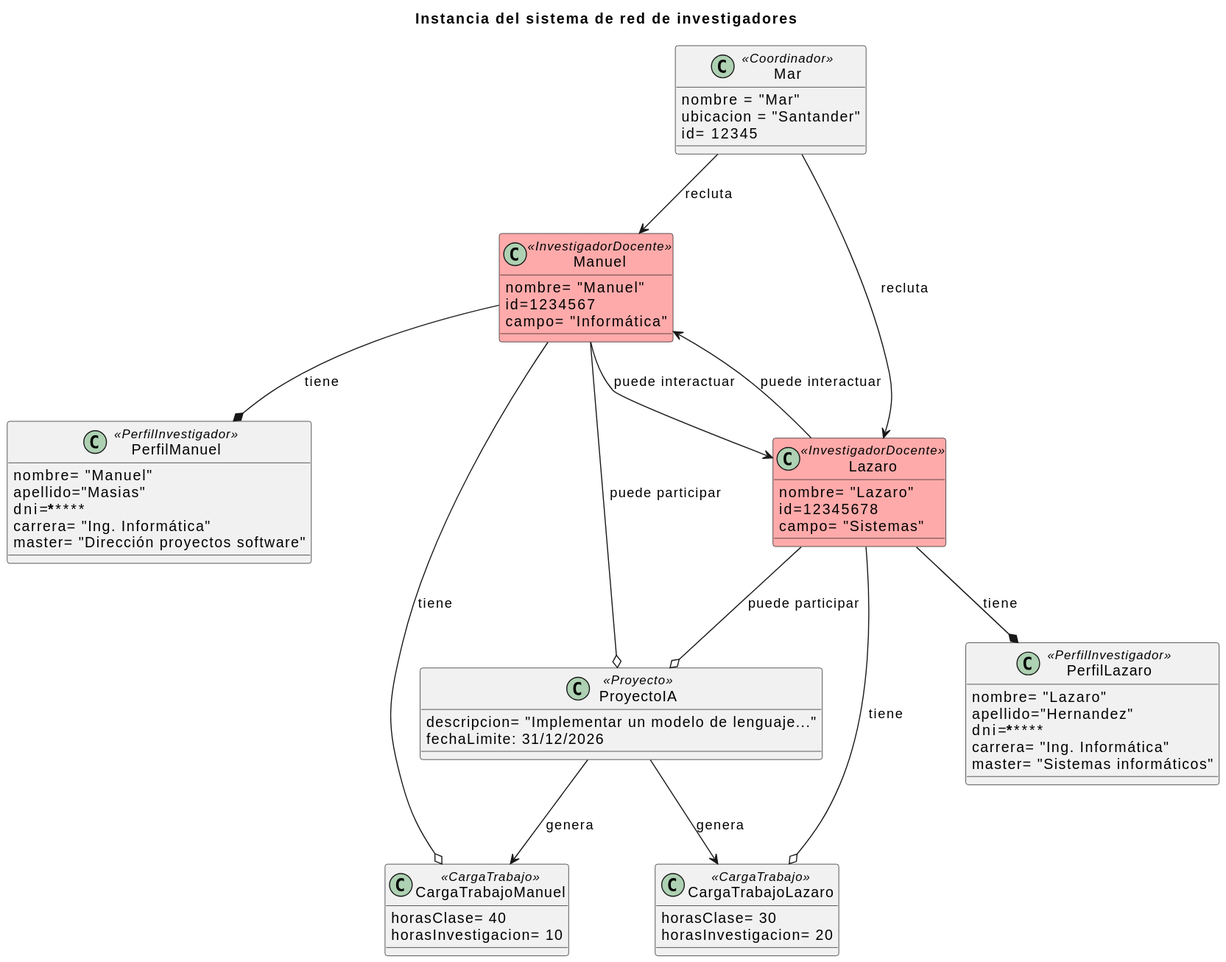
The PlantUML diagram documentación/ModeloDelDominio/Imagenes/Objetos/ObjetosInvestigador.svg in 31Diego/25-26-IdSw1-SdR, before a commit. Source of this version:
```plantuml
@startuml
title Instancia del sistema de red de investigadores


class Mar <<Coordinador>>{
    nombre = "Mar"
    ubicacion = "Santander"
    id= 12345
}


class Manuel <<InvestigadorDocente>> #FFAAAA{
    nombre= "Manuel"
    id=1234567
    campo= "Informática"
}

class PerfilManuel <<PerfilInvestigador>> {
    nombre= "Manuel"
    apellido="Masias"
    dni=*********
    carrera= "Ing. Informática"
    master= "Dirección proyectos software"
}

class CargaTrabajoManuel <<CargaTrabajo>>{
    horasClase= 40
    horasInvestigacion= 10
}


class Lazaro <<InvestigadorDocente>> #FFAAAA{
    nombre= "Lazaro"
    id=12345678
    campo= "Sistemas"
}

class PerfilLazaro <<PerfilInvestigador>> {
    nombre= "Lazaro"
    apellido="Hernandez"
    dni=*********
    carrera= "Ing. Informática"
    master= "Sistemas informáticos"
}

class CargaTrabajoLazaro <<CargaTrabajo>>{
    horasClase= 30
    horasInvestigacion= 20
}

class ProyectoIA <<Proyecto>> {

    descripcion= "Implementar un modelo de lenguaje..."
    fechaLimite: 31/12/2026
}

Mar --> Manuel: recluta
Mar --> Lazaro: recluta


Manuel --> Lazaro: puede interactuar
Manuel --o ProyectoIA: puede participar
ProyectoIA --> CargaTrabajoManuel: genera
Manuel --* PerfilManuel: tiene
Manuel --o CargaTrabajoManuel: tiene

Lazaro --> Manuel: puede interactuar
Lazaro --o ProyectoIA: puede participar
Lazaro --o CargaTrabajoLazaro: tiene
Lazaro --* PerfilLazaro: tiene
ProyectoIA --> CargaTrabajoLazaro: genera
@enduml
```
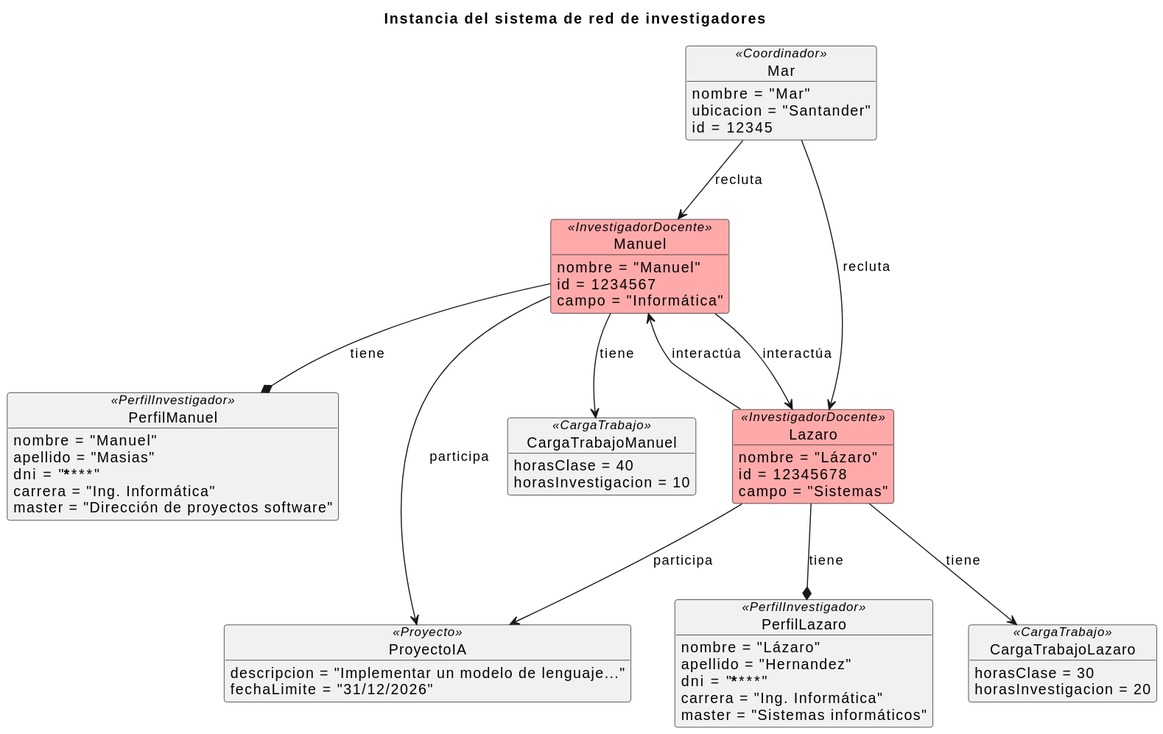
After the commit.

Diff of the diagram source:
```diff
@@ -1,72 +1,68 @@
 @startuml
 title Instancia del sistema de red de investigadores
 
-
-class Mar <<Coordinador>>{
+object Mar <<Coordinador>> {
     nombre = "Mar"
     ubicacion = "Santander"
-    id= 12345
+    id = 12345
+}
+
+object Manuel <<InvestigadorDocente>> #FFAAAA {
+    nombre = "Manuel"
+    id = 1234567
+    campo = "Informática"
+}
+
+object PerfilManuel <<PerfilInvestigador>> {
+    nombre = "Manuel"
+    apellido = "Masias"
+    dni = "********"
+    carrera = "Ing. Informática"
+    master = "Dirección de proyectos software"
+}
+
+object CargaTrabajoManuel <<CargaTrabajo>> {
+    horasClase = 40
+    horasInvestigacion = 10
+}
+
+object Lazaro <<InvestigadorDocente>> #FFAAAA {
+    nombre = "Lázaro"
+    id = 12345678
+    campo = "Sistemas"
+}
+
+object PerfilLazaro <<PerfilInvestigador>> {
+    nombre = "Lázaro"
+    apellido = "Hernandez"
+    dni = "********"
+    carrera = "Ing. Informática"
+    master = "Sistemas informáticos"
+}
+
+object CargaTrabajoLazaro <<CargaTrabajo>> {
+    horasClase = 30
+    horasInvestigacion = 20
+}
+
+object ProyectoIA <<Proyecto>> {
+    descripcion = "Implementar un modelo de lenguaje..."
+    fechaLimite = "31/12/2026"
 }
 
 
-class Manuel <<InvestigadorDocente>> #FFAAAA{
-    nombre= "Manuel"
-    id=1234567
-    campo= "Informática"
-}
+Mar --> Manuel : recluta
+Mar --> Lazaro : recluta
 
-class PerfilManuel <<PerfilInvestigador>> {
-    nombre= "Manuel"
-    apellido="Masias"
-    dni=*********
-    carrera= "Ing. Informática"
-    master= "Dirección proyectos software"
-}
+Manuel --> Lazaro : interactúa
+Lazaro --> Manuel : interactúa
 
-class CargaTrabajoManuel <<CargaTrabajo>>{
-    horasClase= 40
-    horasInvestigacion= 10
-}
+Manuel --> ProyectoIA : participa
+Lazaro --> ProyectoIA : participa
 
+Manuel --* PerfilManuel : tiene
+Lazaro --* PerfilLazaro : tiene
 
-class Lazaro <<InvestigadorDocente>> #FFAAAA{
-    nombre= "Lazaro"
-    id=12345678
-    campo= "Sistemas"
-}
-
-class PerfilLazaro <<PerfilInvestigador>> {
-    nombre= "Lazaro"
-    apellido="Hernandez"
-    dni=*********
-    carrera= "Ing. Informática"
-    master= "Sistemas informáticos"
-}
-
-class CargaTrabajoLazaro <<CargaTrabajo>>{
-    horasClase= 30
-    horasInvestigacion= 20
-}
-
-class ProyectoIA <<Proyecto>> {
-
-    descripcion= "Implementar un modelo de lenguaje..."
-    fechaLimite: 31/12/2026
-}
-
-Mar --> Manuel: recluta
-Mar --> Lazaro: recluta
-
-
-Manuel --> Lazaro: puede interactuar
-Manuel --o ProyectoIA: puede participar
-ProyectoIA --> CargaTrabajoManuel: genera
-Manuel --* PerfilManuel: tiene
-Manuel --o CargaTrabajoManuel: tiene
-
-Lazaro --> Manuel: puede interactuar
-Lazaro --o ProyectoIA: puede participar
-Lazaro --o CargaTrabajoLazaro: tiene
-Lazaro --* PerfilLazaro: tiene
-ProyectoIA --> CargaTrabajoLazaro: genera
+Manuel --> CargaTrabajoManuel : tiene
+Lazaro --> CargaTrabajoLazaro : tiene
 @enduml
```
